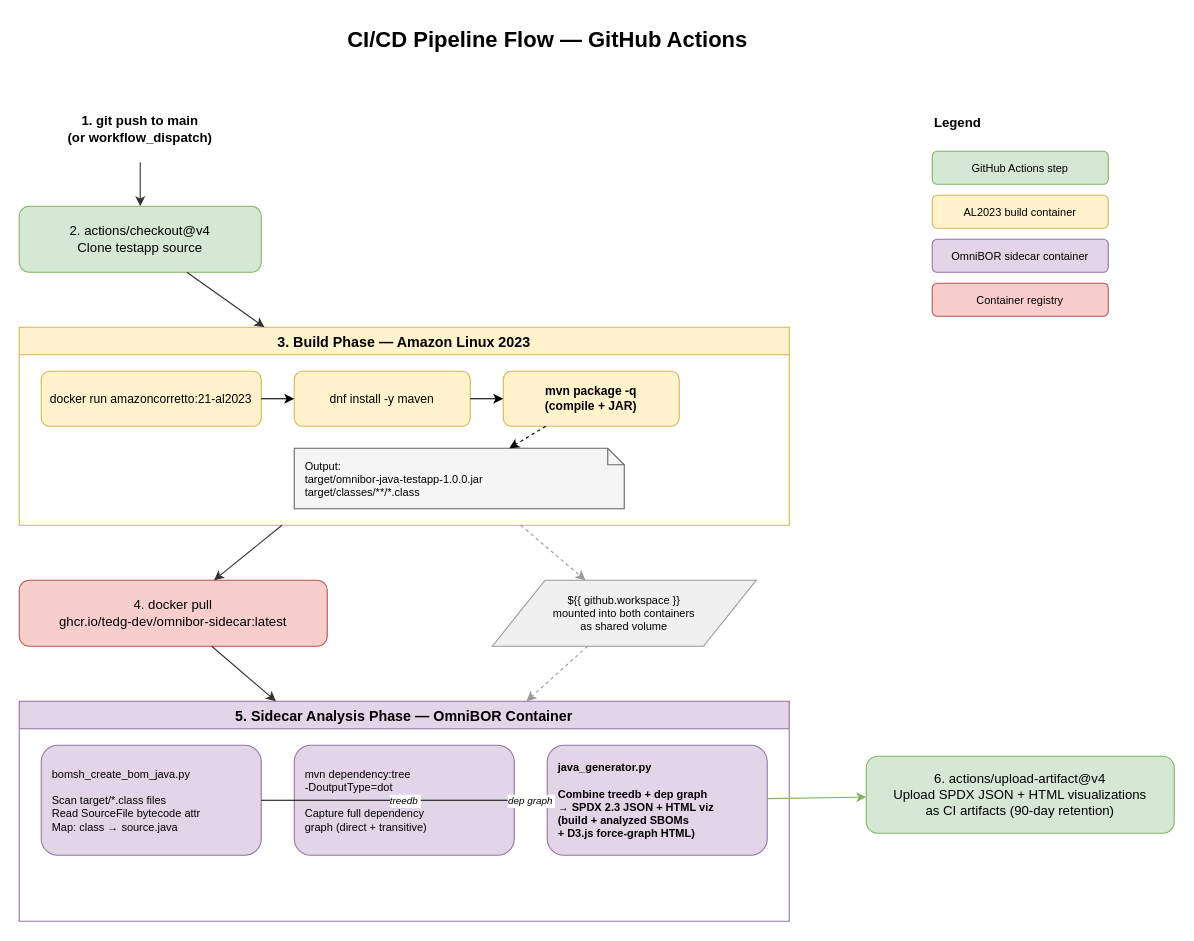
Before: docs/ci-pipeline-flow.drawio in tedg-dev/omnibor-java-testapp, a draw.io diagram. Source tidied: cells renumbered, new cells numbered last; positions are measured from the earlier drawing's top-left corner, leaving out a move shared by most shapes. Both pictures are drawn from the tidied source at 110%, with x=0, y=0 at pixel (19, 19).
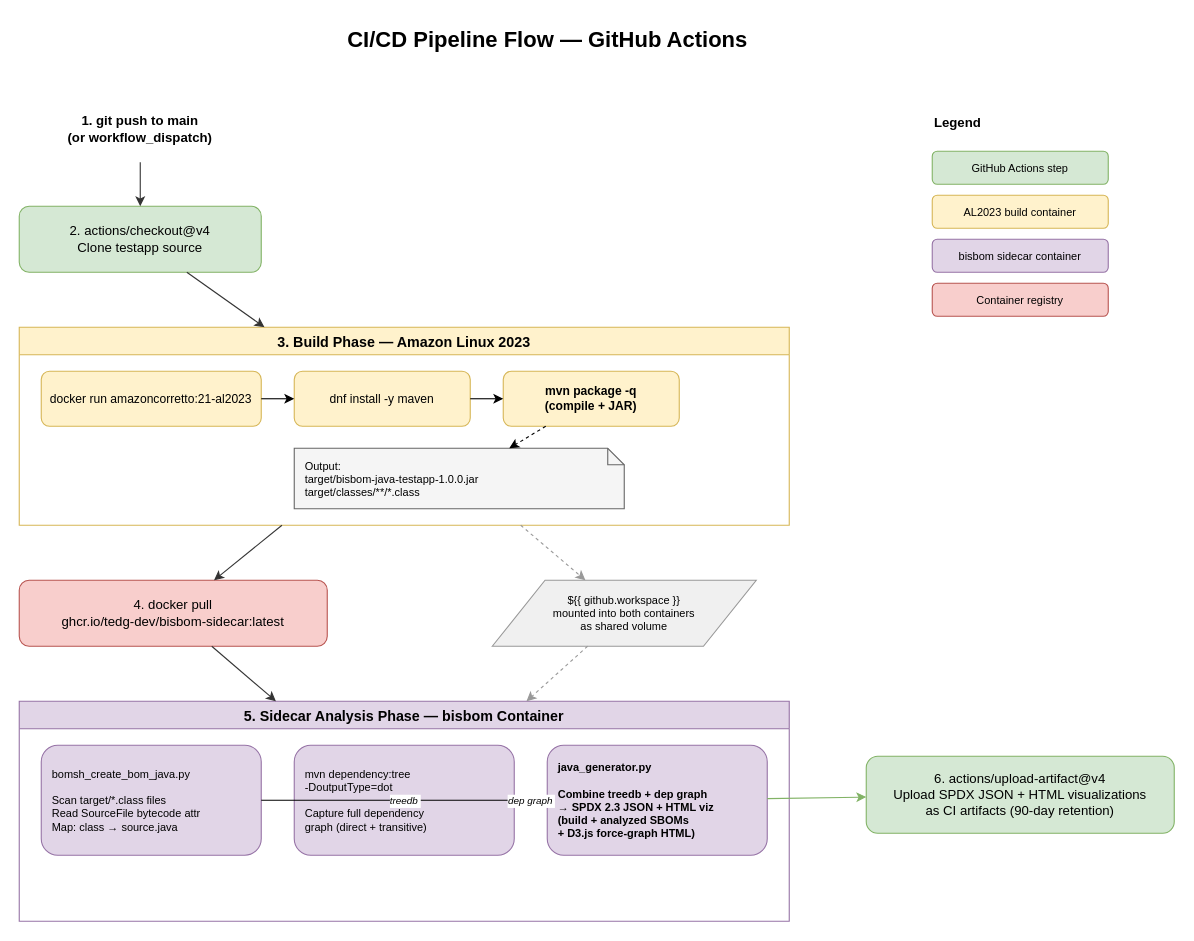
The same diagram, later.

The change refers to these unchanged cells:
```xml
<mxCell id="5" value="3. Build Phase — Amazon Linux 2023" style="swimlane;startSize=25;fillColor=#fff2cc;strokeColor=#d6b656;fontSize=13;fontStyle=1;" parent="1" vertex="1">
  <mxGeometry y="280" width="700" height="180" as="geometry" />
</mxCell>
```

The edit, as a diff of the source:
```diff
@@
-    <mxCell id="9" value="Output:&#10;target/omnibor-java-testapp-1.0.0.jar&#10;target/classes/**/*.class" style="shape=note;whiteSpace=wrap;html=1;fillColor=#f5f5f5;strokeColor=#666;fontSize=10;align=left;spacingLeft=8;size=15;" parent="5" vertex="1">
+    <mxCell id="9" value="Output:&#10;target/bisbom-java-testapp-1.0.0.jar&#10;target/classes/**/*.class" style="shape=note;whiteSpace=wrap;html=1;fillColor=#f5f5f5;strokeColor=#666;fontSize=10;align=left;spacingLeft=8;size=15;" parent="5" vertex="1">
       <mxGeometry x="250" y="110" width="300" height="55" as="geometry" />
     </mxCell>
@@
-    <mxCell id="13" value="4. docker pull&#10;ghcr.io/tedg-dev/omnibor-sidecar:latest" style="rounded=1;whiteSpace=wrap;html=1;fillColor=#f8cecc;strokeColor=#b85450;fontSize=12;" parent="1" vertex="1">
+    <mxCell id="13" value="4. docker pull&#10;ghcr.io/tedg-dev/bisbom-sidecar:latest" style="rounded=1;whiteSpace=wrap;html=1;fillColor=#f8cecc;strokeColor=#b85450;fontSize=12;" parent="1" vertex="1">
       <mxGeometry y="510" width="280" height="60" as="geometry" />
     </mxCell>
-    <mxCell id="14" value="5. Sidecar Analysis Phase — OmniBOR Container" style="swimlane;startSize=25;fillColor=#e1d5e7;strokeColor=#9673a6;fontSize=13;fontStyle=1;" parent="1" vertex="1">
+    <mxCell id="14" value="5. Sidecar Analysis Phase — bisbom Container" style="swimlane;startSize=25;fillColor=#e1d5e7;strokeColor=#9673a6;fontSize=13;fontStyle=1;" parent="1" vertex="1">
       <mxGeometry y="620" width="700" height="200" as="geometry" />
     </mxCell>
@@
-    <mxCell id="32" value="OmniBOR sidecar container" style="rounded=1;fillColor=#e1d5e7;strokeColor=#9673a6;fontSize=10;" parent="1" vertex="1">
+    <mxCell id="32" value="bisbom sidecar container" style="rounded=1;fillColor=#e1d5e7;strokeColor=#9673a6;fontSize=10;" parent="1" vertex="1">
       <mxGeometry x="830" y="200" width="160" height="30" as="geometry" />
     </mxCell>
```
